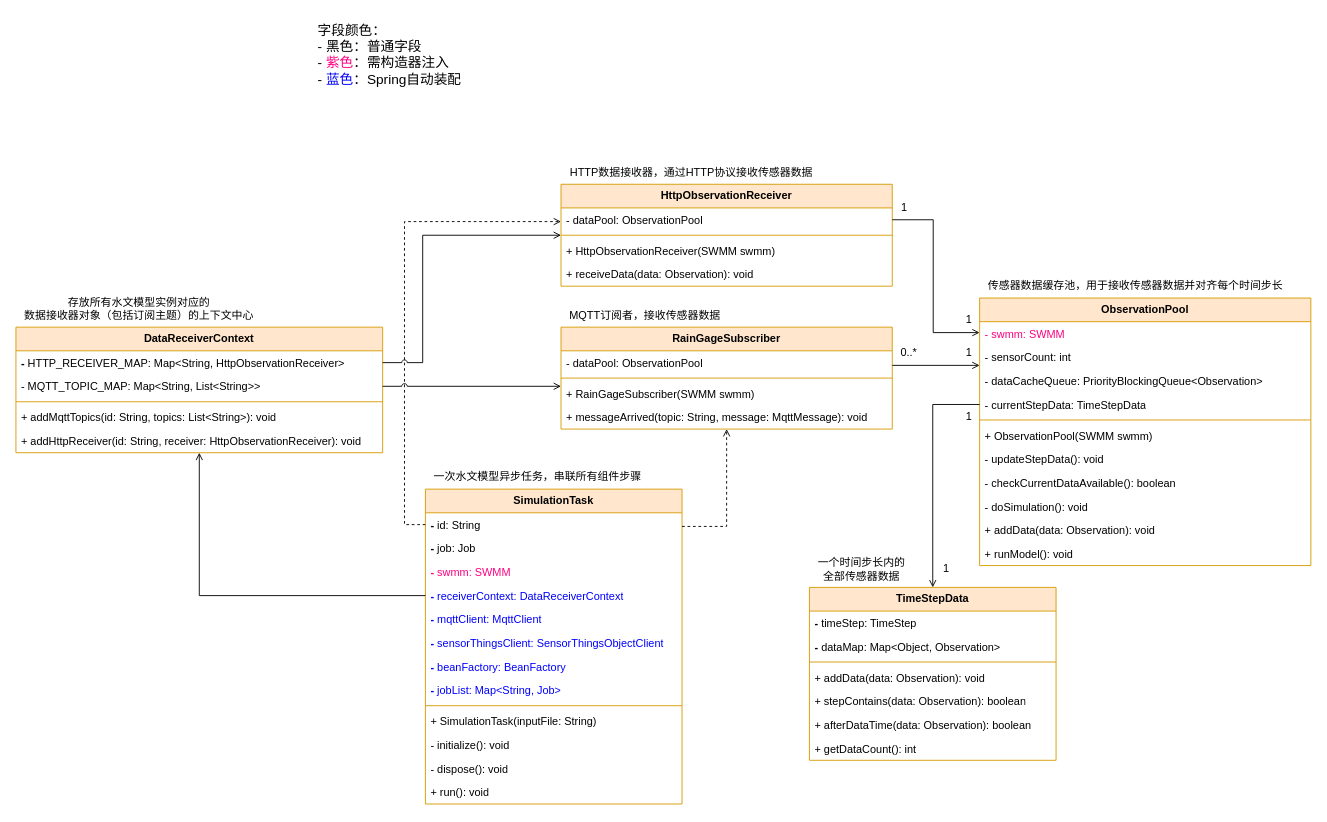
hubu-mdzhang/swmm-sensorthings keeps this draw.io diagram as page "水文模拟异步任务与观测数据时间步长对齐实现" (4 of 8) of docs/diagrams/SensorThings API集成图示.dio. Above is the earlier version. Source tidied: cells renumbered, new cells numbered last; positions are measured from the earlier drawing's top-left corner, leaving out a move shared by most shapes. Both pictures are drawn from the tidied source at 91%, with x=0, y=0 at pixel (15, 15).
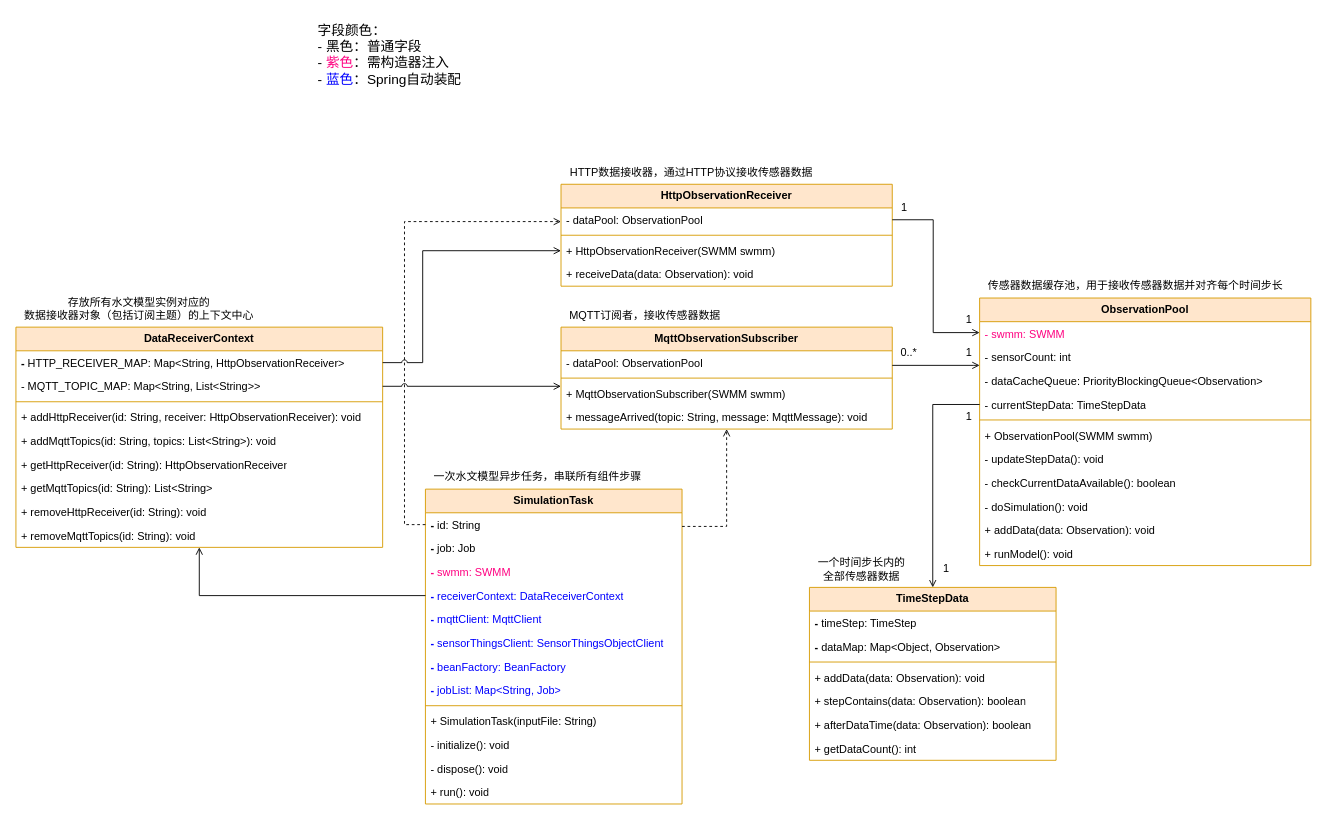
After the change.

Unchanged cells that the change refers to:
```xml
<mxCell id="53" value="&lt;pre style=&quot;&quot;&gt;&lt;font face=&quot;Helvetica&quot;&gt;HttpObservationReceiver&lt;/font&gt;&lt;/pre&gt;" style="swimlane;fontStyle=1;horizontal=1;startSize=26;fillColor=#ffe6cc;whiteSpace=wrap;html=1;strokeColor=#d79b00;align=center;verticalAlign=middle;fontFamily=Helvetica;fontSize=12;" parent="1" vertex="1">
  <mxGeometry x="599" y="185" width="364" height="112" as="geometry" />
</mxCell>
<mxCell id="64" value="- &lt;span style=&quot;font-weight: normal;&quot;&gt;HTTP_RECEIVER_MAP: Map&amp;lt;String, HttpObservationReceiver&amp;gt;&lt;/span&gt;" style="text;align=left;verticalAlign=top;spacingLeft=4;spacingRight=4;overflow=hidden;points=[[0,0.5],[1,0.5]];portConstraint=eastwest;whiteSpace=wrap;html=1;strokeColor=none;fontFamily=Helvetica;fontSize=12;fontColor=default;fontStyle=1;horizontal=1;" parent="63" vertex="1">
  <mxGeometry y="26" width="403" height="26" as="geometry" />
</mxCell>
```

Diff of the diagram source:
```diff
@@
-    <mxCell id="2" value="&lt;div&gt;&lt;pre style=&quot;&quot;&gt;&lt;font style=&quot;color: rgb(0, 0, 0);&quot; face=&quot;Helvetica&quot;&gt;RainGageSubscriber&lt;/font&gt;&lt;/pre&gt;&lt;/div&gt;" style="swimlane;fontStyle=1;horizontal=1;startSize=26;fillColor=#ffe6cc;whiteSpace=wrap;html=1;strokeColor=#d79b00;align=center;verticalAlign=middle;fontFamily=Helvetica;fontSize=12;" parent="1" vertex="1">
+    <mxCell id="2" value="&lt;div&gt;&lt;pre style=&quot;&quot;&gt;&lt;font style=&quot;color: rgb(0, 0, 0);&quot; face=&quot;Helvetica&quot;&gt;MqttObservationSubscriber&lt;/font&gt;&lt;/pre&gt;&lt;/div&gt;" style="swimlane;fontStyle=1;horizontal=1;startSize=26;fillColor=#ffe6cc;whiteSpace=wrap;html=1;strokeColor=#d79b00;align=center;verticalAlign=middle;fontFamily=Helvetica;fontSize=12;" parent="1" vertex="1">
       <mxGeometry x="599" y="342" width="364" height="112" as="geometry" />
     </mxCell>
@@
-    <mxCell id="5" value="+ RainGageSubscriber(SWMM swmm)" style="text;align=left;verticalAlign=top;spacingLeft=4;spacingRight=4;overflow=hidden;whiteSpace=wrap;html=1;strokeColor=none;horizontal=1;" parent="2" vertex="1">
+    <mxCell id="5" value="+ MqttObservationSubscriber(SWMM swmm)" style="text;align=left;verticalAlign=top;spacingLeft=4;spacingRight=4;overflow=hidden;whiteSpace=wrap;html=1;strokeColor=none;horizontal=1;" parent="2" vertex="1">
       <mxGeometry y="60" width="364" height="26" as="geometry" />
     </mxCell>
@@
     <mxCell id="63" value="&lt;div&gt;&lt;pre style=&quot;&quot;&gt;&lt;font style=&quot;color: rgb(0, 0, 0);&quot; face=&quot;Helvetica&quot;&gt;DataReceiverContext&lt;/font&gt;&lt;/pre&gt;&lt;/div&gt;" style="swimlane;fontStyle=1;horizontal=1;startSize=26;fillColor=#ffe6cc;whiteSpace=wrap;html=1;strokeColor=#d79b00;align=center;verticalAlign=middle;fontFamily=Helvetica;fontSize=12;" parent="1" vertex="1">
-      <mxGeometry y="342" width="403" height="138" as="geometry" />
+      <mxGeometry y="342" width="403" height="242" as="geometry" />
     </mxCell>
@@
+    <mxCell id="68" value="&lt;span style=&quot;font-weight: normal;&quot;&gt;+ addHttpReceiver(id: String, receiver:&amp;nbsp;&lt;/span&gt;&lt;span style=&quot;font-weight: 400;&quot;&gt;HttpObservationReceiver&lt;/span&gt;&lt;span style=&quot;font-weight: normal;&quot;&gt;): void&lt;/span&gt;" style="text;align=left;verticalAlign=top;spacingLeft=4;spacingRight=4;overflow=hidden;whiteSpace=wrap;html=1;strokeColor=none;fontFamily=Helvetica;fontSize=12;fontColor=default;fontStyle=1;horizontal=1;" parent="63" vertex="1">
+      <mxGeometry y="86" width="403" height="26" as="geometry" />
+    </mxCell>
     <mxCell id="67" value="&lt;span style=&quot;font-weight: normal;&quot;&gt;+ addMqttTopics(id: String, topics: List&amp;lt;String&amp;gt;): void&lt;/span&gt;" style="text;align=left;verticalAlign=top;spacingLeft=4;spacingRight=4;overflow=hidden;whiteSpace=wrap;html=1;strokeColor=none;fontFamily=Helvetica;fontSize=12;fontColor=default;fontStyle=1;horizontal=1;" parent="63" vertex="1">
-      <mxGeometry y="86" width="403" height="26" as="geometry" />
+      <mxGeometry y="112" width="403" height="26" as="geometry" />
     </mxCell>
-    <mxCell id="68" value="&lt;span style=&quot;font-weight: normal;&quot;&gt;+ addHttpReceiver(id: String, receiver:&amp;nbsp;&lt;/span&gt;&lt;span style=&quot;font-weight: 400;&quot;&gt;HttpObservationReceiver&lt;/span&gt;&lt;span style=&quot;font-weight: normal;&quot;&gt;): void&lt;/span&gt;" style="text;align=left;verticalAlign=top;spacingLeft=4;spacingRight=4;overflow=hidden;whiteSpace=wrap;html=1;strokeColor=none;fontFamily=Helvetica;fontSize=12;fontColor=default;fontStyle=1;horizontal=1;" parent="63" vertex="1">
-      <mxGeometry y="112" width="403" height="26" as="geometry" />
-    </mxCell>
+    <mxCell id="73" value="&lt;span style=&quot;font-weight: normal;&quot;&gt;+ getHttpReceiver(id: String&lt;/span&gt;&lt;span style=&quot;font-weight: normal;&quot;&gt;):&amp;nbsp;&lt;/span&gt;&lt;span style=&quot;font-weight: 400;&quot;&gt;HttpObservationReceiver&lt;/span&gt;" style="text;align=left;verticalAlign=top;spacingLeft=4;spacingRight=4;overflow=hidden;whiteSpace=wrap;html=1;strokeColor=none;fontFamily=Helvetica;fontSize=12;fontColor=default;fontStyle=1;horizontal=1;" parent="63" vertex="1">
+      <mxGeometry y="138" width="403" height="26" as="geometry" />
+    </mxCell>
+    <mxCell id="74" value="&lt;span style=&quot;font-weight: normal;&quot;&gt;+ getMqttTopics(id: String):&amp;nbsp;&lt;/span&gt;&lt;span style=&quot;font-weight: 400;&quot;&gt;List&amp;lt;String&amp;gt;&lt;/span&gt;" style="text;align=left;verticalAlign=top;spacingLeft=4;spacingRight=4;overflow=hidden;whiteSpace=wrap;html=1;strokeColor=none;fontFamily=Helvetica;fontSize=12;fontColor=default;fontStyle=1;horizontal=1;" parent="63" vertex="1">
+      <mxGeometry y="164" width="403" height="26" as="geometry" />
+    </mxCell>
+    <mxCell id="75" value="&lt;span style=&quot;font-weight: normal;&quot;&gt;+ removeHttpReceiver(id: String&lt;/span&gt;&lt;span style=&quot;font-weight: normal;&quot;&gt;): void&lt;/span&gt;" style="text;align=left;verticalAlign=top;spacingLeft=4;spacingRight=4;overflow=hidden;whiteSpace=wrap;html=1;strokeColor=none;fontFamily=Helvetica;fontSize=12;fontColor=default;fontStyle=1;horizontal=1;" parent="63" vertex="1">
+      <mxGeometry y="190" width="403" height="26" as="geometry" />
+    </mxCell>
+    <mxCell id="76" value="&lt;span style=&quot;font-weight: normal;&quot;&gt;+ removeMqttTopics(id: String): void&lt;/span&gt;" style="text;align=left;verticalAlign=top;spacingLeft=4;spacingRight=4;overflow=hidden;whiteSpace=wrap;html=1;strokeColor=none;fontFamily=Helvetica;fontSize=12;fontColor=default;fontStyle=1;horizontal=1;" parent="63" vertex="1">
+      <mxGeometry y="216" width="403" height="26" as="geometry" />
+    </mxCell>
@@
     <mxCell id="70" style="edgeStyle=orthogonalEdgeStyle;shape=connector;rounded=0;jumpStyle=arc;jettySize=auto;html=1;strokeColor=default;align=center;verticalAlign=middle;fontFamily=Helvetica;fontSize=11;fontColor=default;labelBackgroundColor=default;endArrow=open;endFill=0;" parent="1" edge="1" source="64" target="53">
       <mxGeometry relative="1" as="geometry">
         <Array as="points">
           <mxPoint x="447" y="381" />
-          <mxPoint x="447" y="241" />
+          <mxPoint x="447" y="258" />
         </Array>
       </mxGeometry>
     </mxCell>
```
